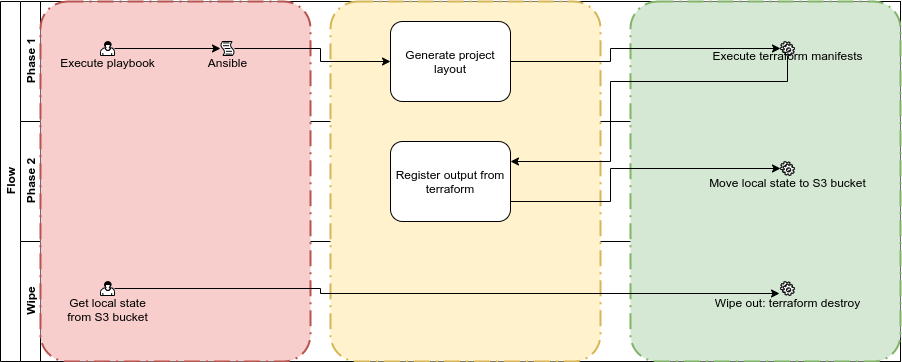
The draw.io diagram Project layout.png in ARogovsky/terragrunt-template, before a commit. Source tidied: cells renumbered, new cells last; positions are measured from the earlier drawing's top-left corner, leaving out a move shared by most shapes.
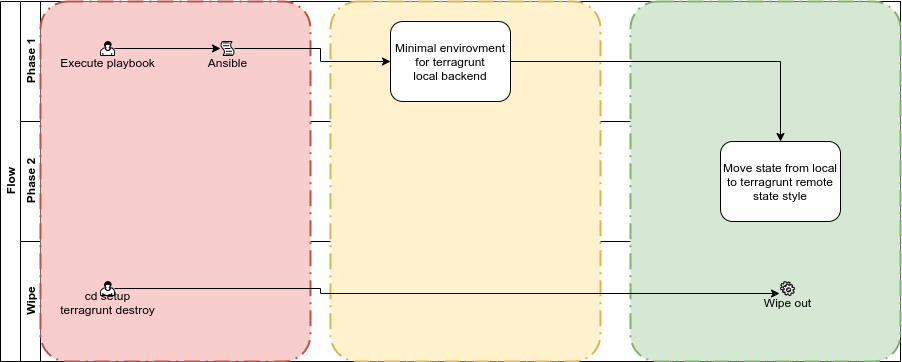
Later version of the same file.

The edit, as a diff of the source:
```diff
@@ -23,7 +23,7 @@
     <mxCell id="8" style="rounded=1;arcSize=10;dashed=1;strokeColor=#82b366;fillColor=#d5e8d4;dashPattern=8 3 1 3;strokeWidth=2;" parent="5" vertex="1">
       <mxGeometry x="610" y="-240" width="270" height="360" as="geometry" />
     </mxCell>
-    <mxCell id="9" value="Generate project layout" style="shape=ext;rounded=1;html=1;whiteSpace=wrap;" parent="5" vertex="1">
+    <mxCell id="9" value="Minimal envirovment&lt;br&gt;for terragrunt&lt;br&gt;local backend" style="shape=ext;rounded=1;html=1;whiteSpace=wrap;" parent="5" vertex="1">
       <mxGeometry x="370" y="-220" width="120" height="80" as="geometry" />
     </mxCell>
     <mxCell id="10" style="edgeStyle=orthogonalEdgeStyle;rounded=0;jettySize=auto;html=1;" parent="5" edge="1" source="11" target="9">
@@ -37,9 +37,6 @@
     <mxCell id="11" value="&lt;br&gt;&lt;br&gt;Ansible" style="shape=mxgraph.bpmn.script_task;html=1;outlineConnect=0;" parent="5" vertex="1">
       <mxGeometry x="200" y="-200" width="14" height="14" as="geometry" />
     </mxCell>
-    <mxCell id="12" value="Register output from terraform" style="shape=ext;rounded=1;html=1;whiteSpace=wrap;" parent="5" vertex="1">
-      <mxGeometry x="370" y="-100" width="120" height="80" as="geometry" />
-    </mxCell>
     <mxCell id="13" style="edgeStyle=orthogonalEdgeStyle;rounded=0;jettySize=auto;html=1;entryX=-0.071;entryY=0.857;entryDx=0;entryDy=0;entryPerimeter=0;" parent="5" edge="1" source="14" target="15">
       <mxGeometry relative="1" as="geometry">
         <Array as="points">
@@ -48,10 +45,10 @@
         </Array>
       </mxGeometry>
     </mxCell>
-    <mxCell id="14" value="&lt;br&gt;&lt;br&gt;&lt;br&gt;Get local state&lt;br&gt;from S3 bucket" style="shape=mxgraph.bpmn.user_task;html=1;outlineConnect=0;" parent="5" vertex="1">
+    <mxCell id="14" value="&lt;br&gt;&lt;br&gt;cd setup&lt;br&gt;terragrunt destroy" style="shape=mxgraph.bpmn.user_task;html=1;outlineConnect=0;" parent="5" vertex="1">
       <mxGeometry x="80" y="40" width="14" height="14" as="geometry" />
     </mxCell>
-    <mxCell id="15" value="&lt;br&gt;&lt;br&gt;Wipe out: terraform destroy" style="shape=mxgraph.bpmn.service_task;html=1;outlineConnect=0;" parent="5" vertex="1">
+    <mxCell id="15" value="&lt;br&gt;&lt;br&gt;Wipe out" style="shape=mxgraph.bpmn.service_task;html=1;outlineConnect=0;" parent="5" vertex="1">
       <mxGeometry x="760" y="40" width="14" height="14" as="geometry" />
     </mxCell>
     <mxCell id="16" style="edgeStyle=orthogonalEdgeStyle;rounded=0;jettySize=auto;html=1;" parent="1" edge="1" source="17" target="11">
@@ -60,36 +57,15 @@
     <mxCell id="17" value="&lt;br&gt;&lt;br&gt;Execute playbook" style="shape=mxgraph.bpmn.user_task;html=1;outlineConnect=0;" parent="1" vertex="1">
       <mxGeometry x="100" y="40" width="14" height="14" as="geometry" />
     </mxCell>
-    <mxCell id="18" style="edgeStyle=orthogonalEdgeStyle;rounded=0;jettySize=auto;html=1;entryX=1;entryY=0.25;entryDx=0;entryDy=0;" parent="1" edge="1" source="19" target="12">
-      <mxGeometry relative="1" as="geometry">
-        <Array as="points">
-          <mxPoint x="787" y="80" />
-          <mxPoint x="610" y="80" />
-          <mxPoint x="610" y="160" />
-        </Array>
-      </mxGeometry>
-    </mxCell>
-    <mxCell id="19" value="&lt;br&gt;Execute terraform manifests" style="shape=mxgraph.bpmn.service_task;html=1;outlineConnect=0;" parent="1" vertex="1">
-      <mxGeometry x="780" y="40" width="14" height="14" as="geometry" />
-    </mxCell>
-    <mxCell id="20" style="edgeStyle=orthogonalEdgeStyle;rounded=0;jettySize=auto;html=1;" parent="1" edge="1" source="9" target="19">
+    <mxCell id="20" style="edgeStyle=orthogonalEdgeStyle;rounded=0;jettySize=auto;html=1;" parent="1" edge="1" source="9" target="12">
       <mxGeometry relative="1" as="geometry">
         <Array as="points">
-          <mxPoint x="610" y="60" />
-          <mxPoint x="610" y="47" />
+          <mxPoint x="780" y="60" />
         </Array>
       </mxGeometry>
     </mxCell>
-    <mxCell id="21" value="&lt;br&gt;&lt;br&gt;Move local state to S3 bucket" style="shape=mxgraph.bpmn.service_task;html=1;outlineConnect=0;" parent="1" vertex="1">
-      <mxGeometry x="780" y="160" width="14" height="14" as="geometry" />
-    </mxCell>
-    <mxCell id="22" style="edgeStyle=orthogonalEdgeStyle;rounded=0;jettySize=auto;html=1;exitX=1;exitY=0.75;exitDx=0;exitDy=0;" parent="1" edge="1" source="12" target="21">
-      <mxGeometry relative="1" as="geometry">
-        <Array as="points">
-          <mxPoint x="610" y="200" />
-          <mxPoint x="610" y="167" />
-        </Array>
-      </mxGeometry>
-    </mxCell>
+    <mxCell id="12" value="Move state from local to terragrunt remote state style" style="shape=ext;rounded=1;html=1;whiteSpace=wrap;" parent="1" vertex="1">
+      <mxGeometry x="720" y="140" width="120" height="80" as="geometry" />
+    </mxCell>
   </root>
 </mxGraphModel>
```
